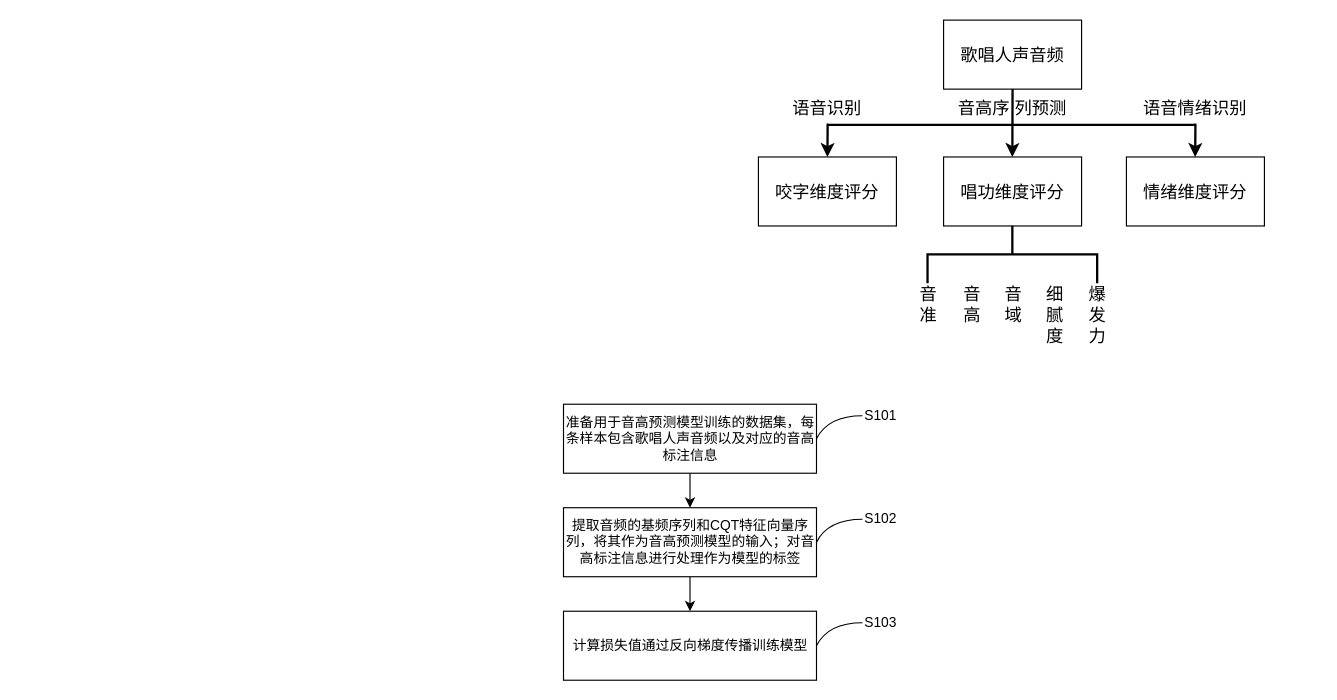
Nian-Chen/drawio keeps this draw.io diagram as 一种无参考的歌唱评价方法.drawio. Above is the earlier version. Source tidied: cells renumbered, new cells numbered last; positions are measured from the earlier drawing's top-left corner, leaving out a move shared by most shapes. Both pictures are drawn from the tidied source at 115%, with x=0, y=0 at pixel (562, 20).
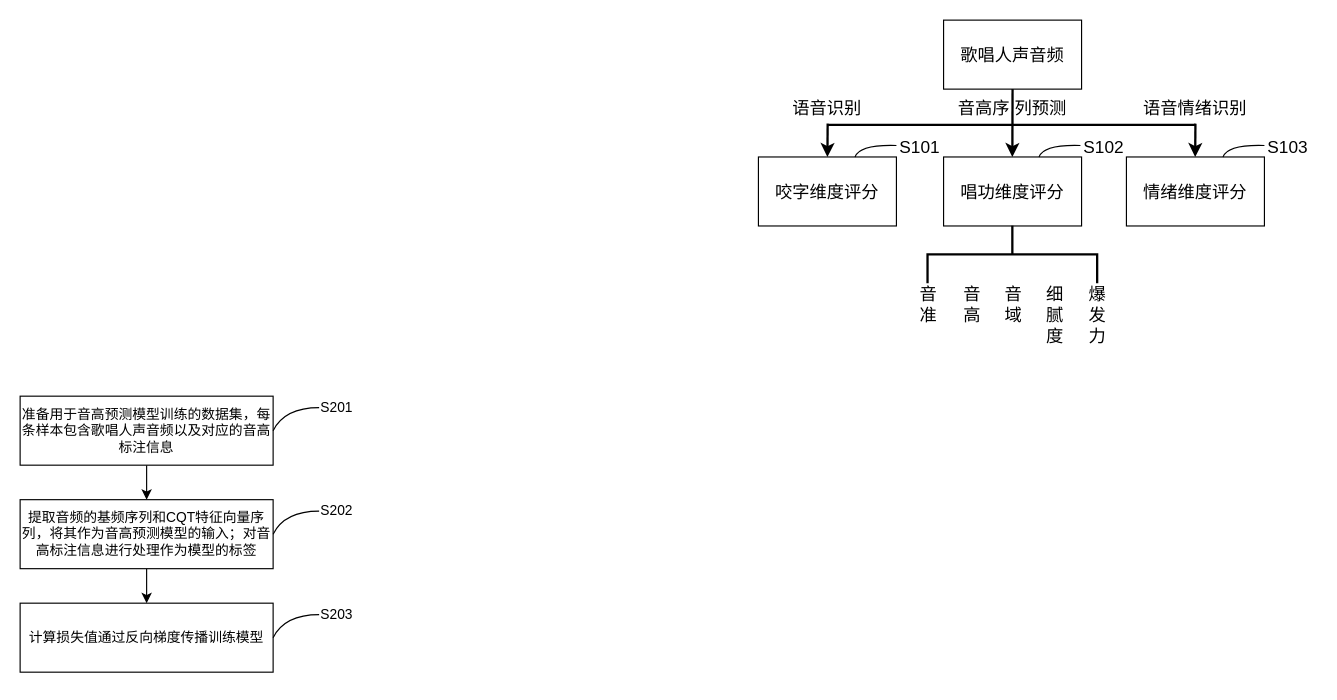
Above is the later version.

Commit message:
更新一种无参考的歌唱评价方法.drawio

Diff of the diagram source:
```diff
@@
-    <mxCell id="20" value="准备用于音高预测模型训练的数据集，每条样本包含歌唱人声音频以及对应的音高标注信息" style="rounded=0;whiteSpace=wrap;html=1;" parent="1" vertex="1">
-      <mxGeometry x="0.5" y="334" width="220" height="60" as="geometry" />
+    <mxCell id="20" value="准备用于音高预测模型训练的数据集，每条样本包含歌唱人声音频以及对应的音高标注信息" style="rounded=0;whiteSpace=wrap;html=1;fontSize=12;" parent="1" vertex="1">
+      <mxGeometry x="-472" y="327" width="220" height="60" as="geometry" />
     </mxCell>
@@
     <mxCell id="22" value="提取音频的基频序列和CQT特征向量序列，将其作为音高预测模型的输入；对音高标注信息进行处理作为模型的标签" style="rounded=0;whiteSpace=wrap;html=1;" parent="1" vertex="1">
-      <mxGeometry x="0.5" y="424" width="220" height="60" as="geometry" />
+      <mxGeometry x="-472" y="417" width="220" height="60" as="geometry" />
     </mxCell>
     <mxCell id="23" value="计算损失值通过反向梯度传播训练模型" style="rounded=0;whiteSpace=wrap;html=1;" parent="1" vertex="1">
-      <mxGeometry x="0.5" y="514" width="220" height="60" as="geometry" />
+      <mxGeometry x="-472" y="507" width="220" height="60" as="geometry" />
     </mxCell>
     <mxCell id="24" style="endArrow=none;html=1;curved=1;" parent="1" edge="1">
       <mxGeometry relative="1" as="geometry">
-        <mxPoint x="220.5" y="364" as="sourcePoint" />
-        <mxPoint x="260.5" y="344" as="targetPoint" />
+        <mxPoint x="-252" y="357" as="sourcePoint" />
+        <mxPoint x="-212" y="337" as="targetPoint" />
         <Array as="points">
-          <mxPoint x="230.5" y="344" />
+          <mxPoint x="-242" y="337" />
         </Array>
       </mxGeometry>
     </mxCell>
-    <mxCell id="25" value="S101" style="text;html=1;align=center;verticalAlign=middle;strokeColor=none;fillColor=none;" parent="1" vertex="1">
-      <mxGeometry x="250.5" y="329" width="50" height="30" as="geometry" />
+    <mxCell id="25" value="S201" style="text;html=1;align=center;verticalAlign=middle;strokeColor=none;fillColor=none;" parent="1" vertex="1">
+      <mxGeometry x="-220" y="324" width="46" height="26" as="geometry" />
     </mxCell>
     <mxCell id="26" style="endArrow=none;html=1;curved=1;" parent="1" edge="1">
       <mxGeometry relative="1" as="geometry">
-        <mxPoint x="220.5" y="454" as="sourcePoint" />
-        <mxPoint x="260.5" y="434" as="targetPoint" />
+        <mxPoint x="-252" y="447" as="sourcePoint" />
+        <mxPoint x="-212" y="427" as="targetPoint" />
         <Array as="points">
-          <mxPoint x="230.5" y="434" />
+          <mxPoint x="-242" y="427" />
         </Array>
       </mxGeometry>
     </mxCell>
-    <mxCell id="27" value="S102" style="text;html=1;align=center;verticalAlign=middle;strokeColor=none;fillColor=none;" parent="1" vertex="1">
-      <mxGeometry x="250.5" y="419" width="50" height="30" as="geometry" />
+    <mxCell id="27" value="S202" style="text;html=1;align=center;verticalAlign=middle;strokeColor=none;fillColor=none;" parent="1" vertex="1">
+      <mxGeometry x="-220" y="414" width="46" height="26" as="geometry" />
     </mxCell>
     <mxCell id="28" style="endArrow=none;html=1;curved=1;" parent="1" edge="1">
       <mxGeometry relative="1" as="geometry">
-        <mxPoint x="220.5" y="544" as="sourcePoint" />
-        <mxPoint x="260.5" y="524" as="targetPoint" />
+        <mxPoint x="-252" y="537" as="sourcePoint" />
+        <mxPoint x="-212" y="517" as="targetPoint" />
         <Array as="points">
-          <mxPoint x="230.5" y="524" />
+          <mxPoint x="-242" y="517" />
         </Array>
       </mxGeometry>
     </mxCell>
-    <mxCell id="29" value="S103" style="text;html=1;align=center;verticalAlign=middle;strokeColor=none;fillColor=none;" parent="1" vertex="1">
-      <mxGeometry x="250.5" y="509" width="50" height="30" as="geometry" />
+    <mxCell id="29" value="S203" style="text;html=1;align=center;verticalAlign=middle;strokeColor=none;fillColor=none;" parent="1" vertex="1">
+      <mxGeometry x="-220" y="504" width="46" height="26" as="geometry" />
     </mxCell>
+    <mxCell id="30" style="endArrow=none;html=1;curved=1;" parent="1" edge="1">
+      <mxGeometry relative="1" as="geometry">
+        <mxPoint x="254" y="119" as="sourcePoint" />
+        <mxPoint x="290" y="109" as="targetPoint" />
+        <Array as="points">
+          <mxPoint x="258" y="108" />
+        </Array>
+      </mxGeometry>
+    </mxCell>
+    <mxCell id="31" value="S101" style="text;html=1;align=center;verticalAlign=middle;strokeColor=none;fillColor=none;fontSize=15;" parent="1" vertex="1">
+      <mxGeometry x="283" y="95" width="53" height="30" as="geometry" />
+    </mxCell>
+    <mxCell id="32" style="endArrow=none;html=1;curved=1;" parent="1" edge="1">
+      <mxGeometry relative="1" as="geometry">
+        <mxPoint x="414" y="119" as="sourcePoint" />
+        <mxPoint x="450" y="109" as="targetPoint" />
+        <Array as="points">
+          <mxPoint x="418" y="108" />
+        </Array>
+      </mxGeometry>
+    </mxCell>
+    <mxCell id="33" value="S102" style="text;html=1;align=center;verticalAlign=middle;strokeColor=none;fillColor=none;fontSize=15;" parent="1" vertex="1">
+      <mxGeometry x="443" y="95" width="53" height="30" as="geometry" />
+    </mxCell>
+    <mxCell id="34" style="endArrow=none;html=1;curved=1;" parent="1" edge="1">
+      <mxGeometry relative="1" as="geometry">
+        <mxPoint x="574" y="119" as="sourcePoint" />
+        <mxPoint x="610" y="109" as="targetPoint" />
+        <Array as="points">
+          <mxPoint x="578" y="108" />
+        </Array>
+      </mxGeometry>
+    </mxCell>
+    <mxCell id="35" value="S103" style="text;html=1;align=center;verticalAlign=middle;strokeColor=none;fillColor=none;fontSize=15;" parent="1" vertex="1">
+      <mxGeometry x="603" y="95" width="53" height="30" as="geometry" />
+    </mxCell>
```
